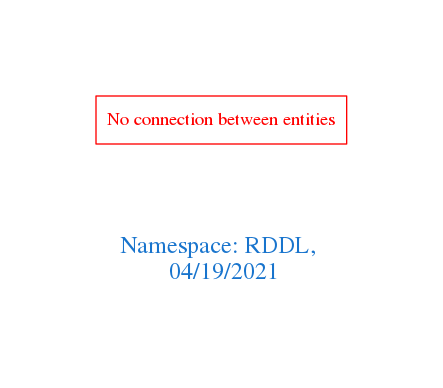
This is downloads/RDDL.png from arago/OGIT, a Graphviz export, as it was before one commit. Its source is kept beside it as downloads/RDDL.dot. Source of this version:
```dot
digraph OGIT_ontology {
 graph [ rankdir= LR,pad=1
fontsize = 18,
fontcolor= dodgerblue3,label = "\n\n\nNamespace: RDDL, \n 04/19/2021"];
node[shape=polygon];
edge [  color="gray81"];

"No connection between entities" [fontcolor = "red",color="red", shape="polygon"]
}
```
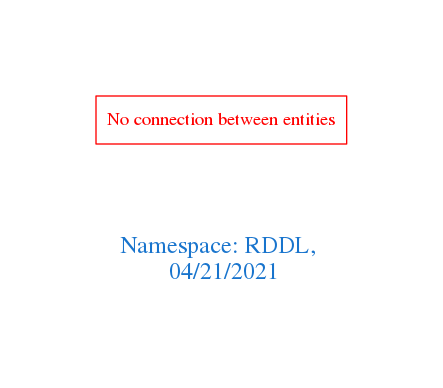
The same file after the commit.

The edit, as a diff of the source:
```diff
@@ -1,7 +1,7 @@
 digraph OGIT_ontology {
  graph [ rankdir= LR,pad=1
 fontsize = 18,
-fontcolor= dodgerblue3,label = "\n\n\nNamespace: RDDL, \n 04/19/2021"];
+fontcolor= dodgerblue3,label = "\n\n\nNamespace: RDDL, \n 04/21/2021"];
 node[shape=polygon];
 edge [  color="gray81"];
 
```
